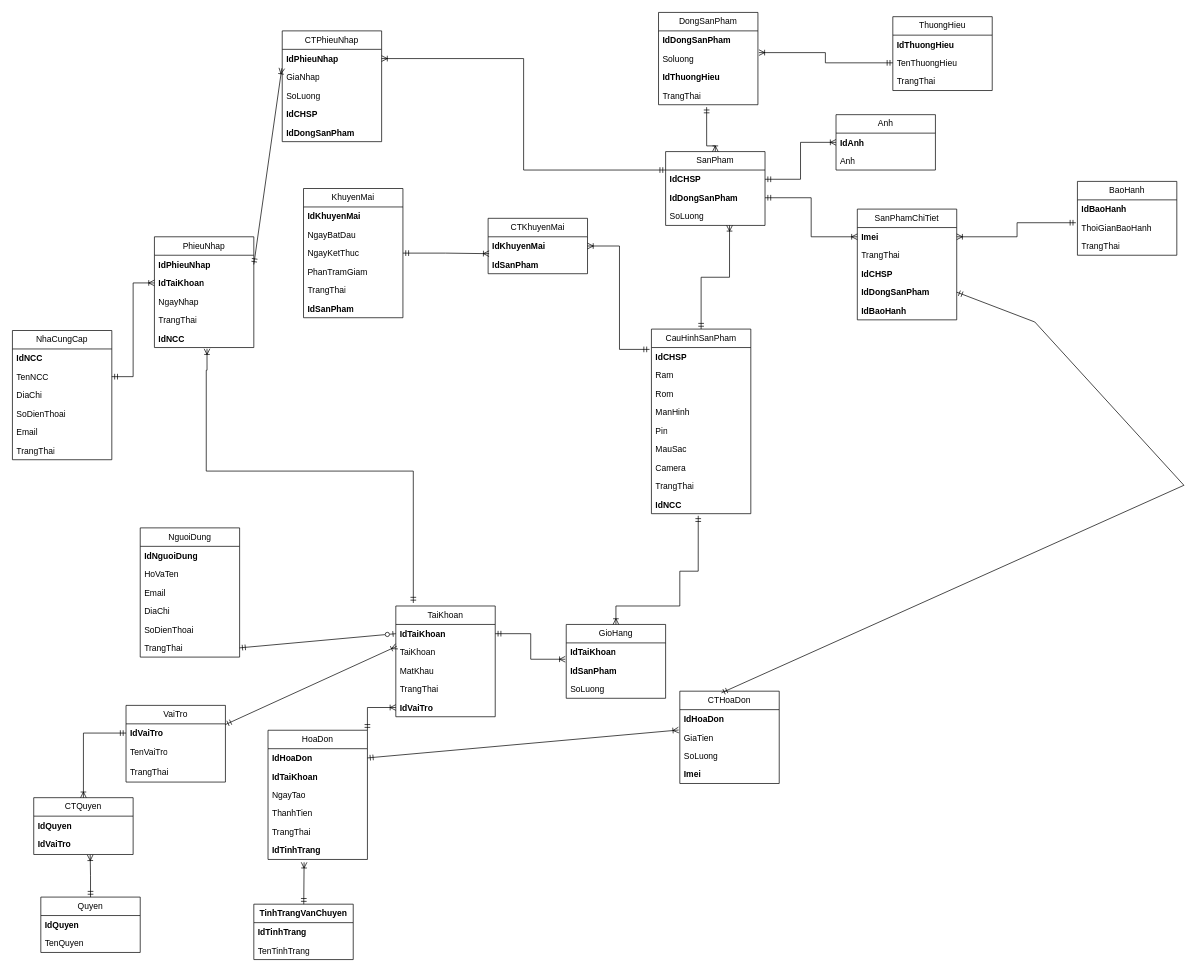
The draw.io diagram erd/CSDL.drawio in DBPCod/Web-NangCao, before the edit. Source tidied: cells renumbered, new cells numbered last; positions are measured from the earlier drawing's top-left corner, leaving out a move shared by most shapes. Both pictures are drawn from the tidied source at 71%, with x=0, y=0 at pixel (12, 12).
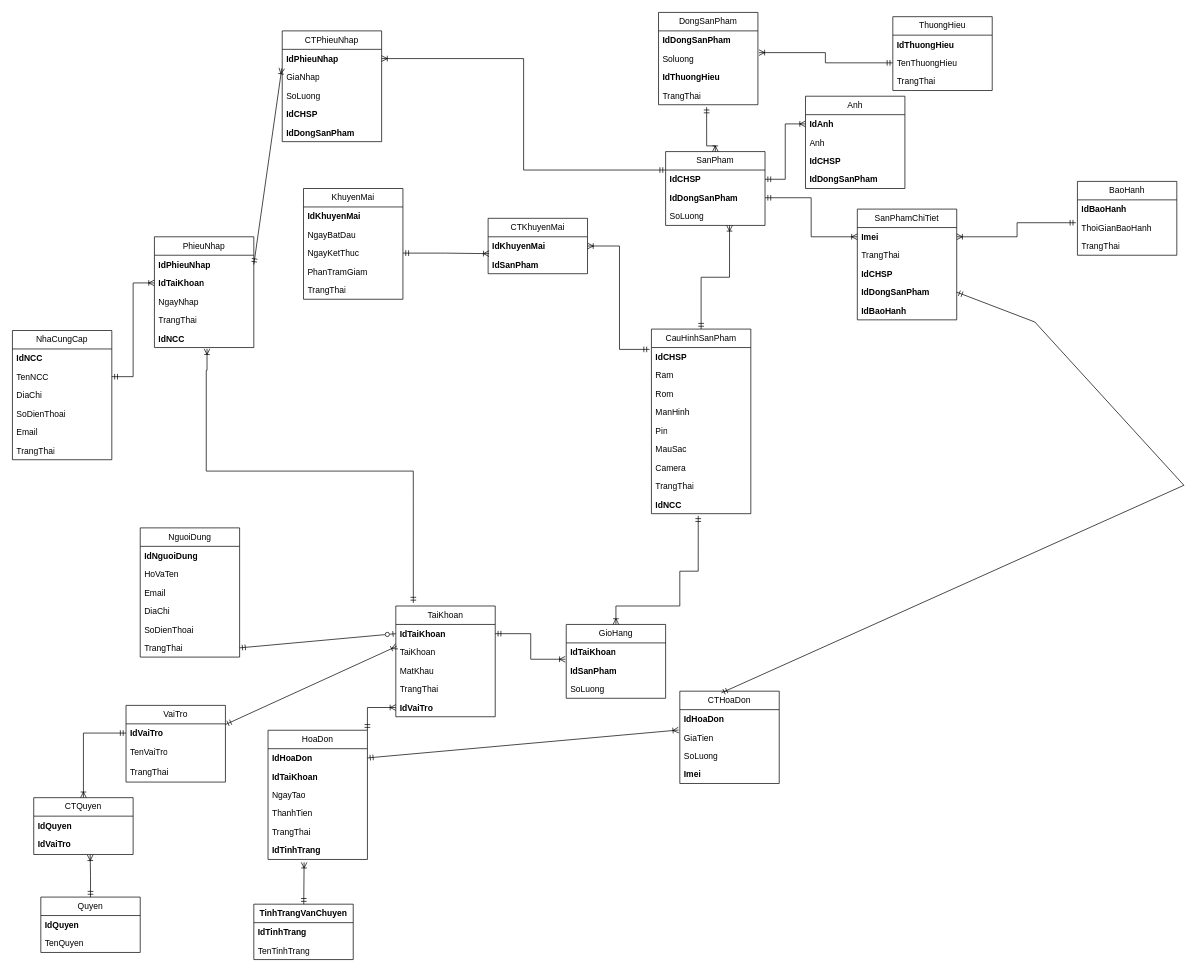
The same page after the edit.

Diff of the diagram source:
```diff
@@
     <mxCell id="34" value="KhuyenMai" style="swimlane;fontStyle=0;horizontal=1;startSize=26;fillColor=none;whiteSpace=wrap;html=1;" parent="1" vertex="1">
-      <mxGeometry x="410" y="248" width="140" height="182" as="geometry" />
+      <mxGeometry x="410" y="248" width="140" height="156" as="geometry" />
     </mxCell>
@@
-    <mxCell id="40" value="IdSanPham" style="text;strokeColor=none;fillColor=none;align=left;verticalAlign=top;spacingLeft=4;spacingRight=4;overflow=hidden;whiteSpace=wrap;html=1;fontStyle=1;" parent="34" vertex="1">
-      <mxGeometry y="156" width="140" height="26" as="geometry" />
-    </mxCell>
@@
     <mxCell id="127" value="Anh" style="swimlane;fontStyle=0;horizontal=1;startSize=26;fillColor=none;whiteSpace=wrap;html=1;" parent="1" vertex="1">
-      <mxGeometry x="1160" y="144" width="140" height="78" as="geometry" />
+      <mxGeometry x="1117" y="118" width="140" height="130" as="geometry" />
     </mxCell>
@@
+    <mxCell id="131" value="IdCHSP" style="text;strokeColor=none;fillColor=none;align=left;verticalAlign=top;spacingLeft=4;spacingRight=4;overflow=hidden;whiteSpace=wrap;html=1;fontStyle=1;" parent="127" vertex="1">
+      <mxGeometry y="78" width="140" height="26" as="geometry" />
+    </mxCell>
+    <mxCell id="132" value="IdDongSanPham" style="text;strokeColor=none;fillColor=none;align=left;verticalAlign=top;spacingLeft=4;spacingRight=4;overflow=hidden;whiteSpace=wrap;html=1;fontStyle=1;" parent="127" vertex="1">
+      <mxGeometry y="104" width="140" height="26" as="geometry" />
+    </mxCell>
```
